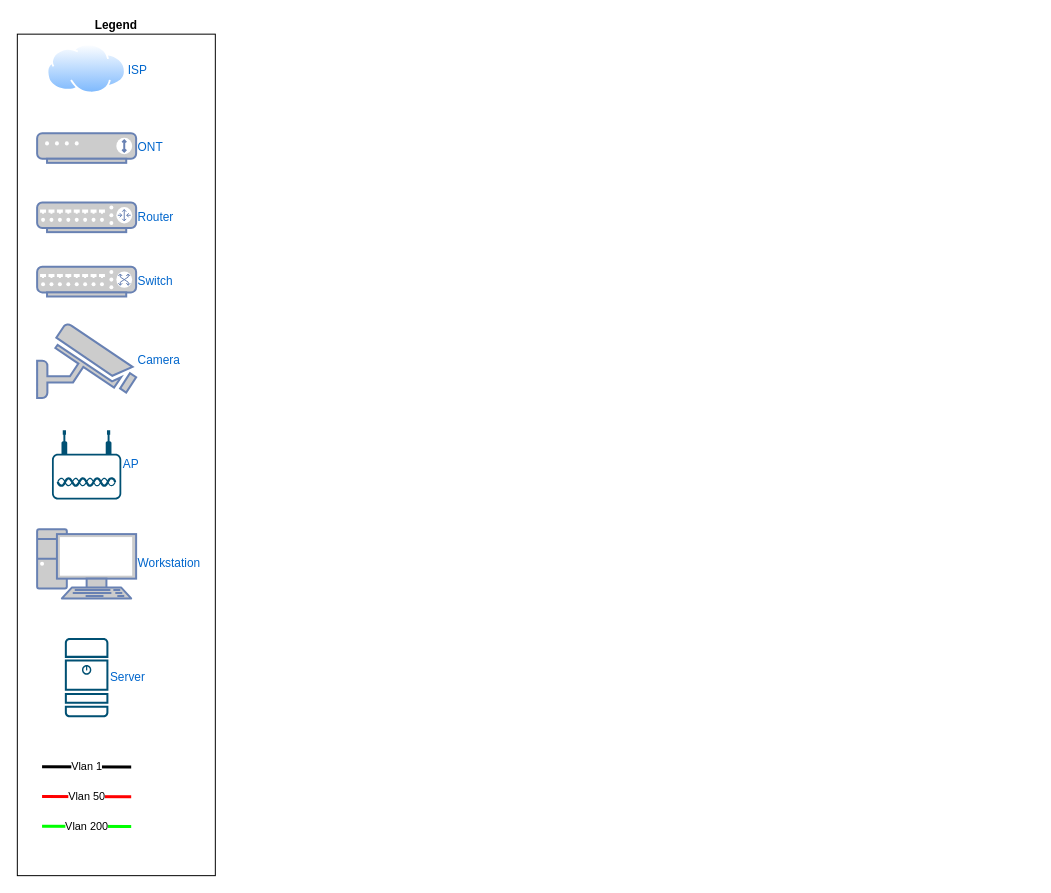
The draw.io diagram Josh - devent map.drawio in WeAreWorking/NetMaps, before the edit. Source tidied: cells renumbered, new cells numbered last; positions are measured from the earlier drawing's top-left corner, leaving out a move shared by most shapes. Both pictures are drawn from the tidied source at 99%, with x=0, y=0 at pixel (17, 34).
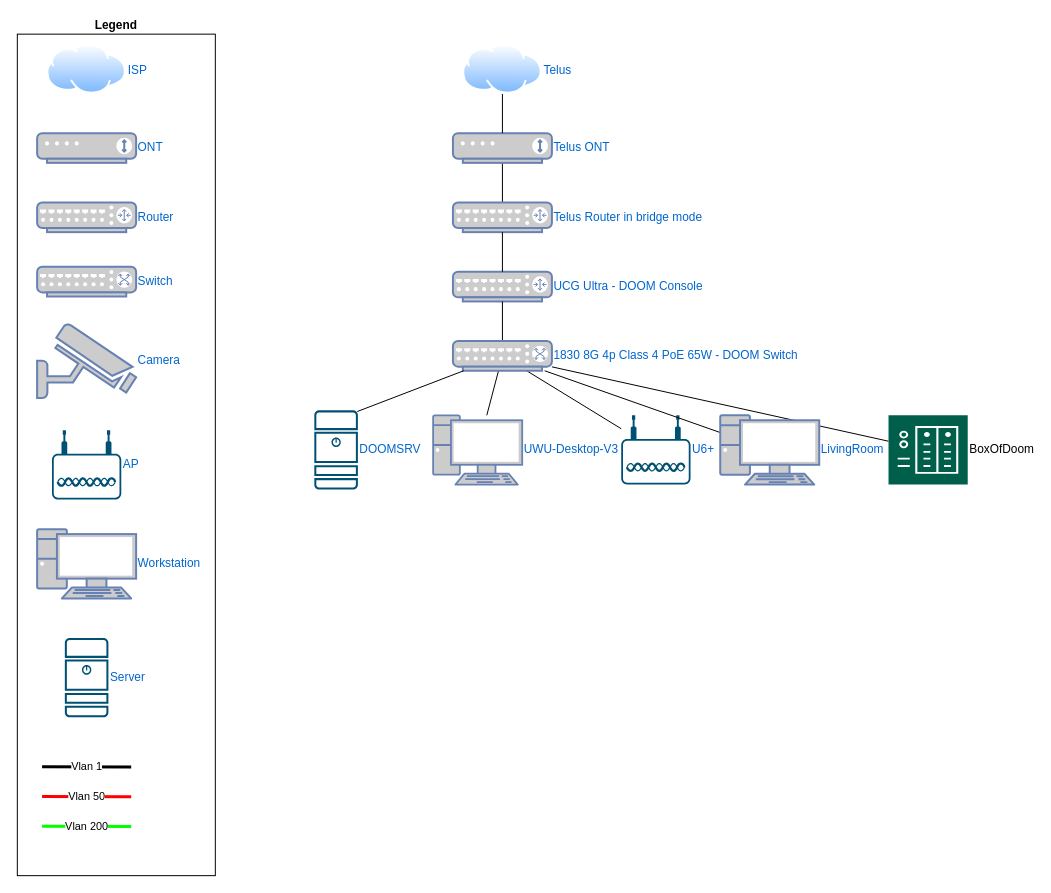
Above is the later version.

Commit message:
Josh home network.drawio

Diff of the diagram source:
```diff
@@
+    <mxCell id="14" value="Telus" style="image;perimeter=ellipsePerimeter;html=1;align=left;shadow=0;dashed=0;spacingTop=3;image=img/lib/active_directory/internet_cloud.svg;labelPosition=right;verticalLabelPosition=middle;verticalAlign=middle;fontColor=#0066CC;" parent="1" vertex="1">
+      <mxGeometry x="450" y="10" width="80" height="50.4" as="geometry" />
+    </mxCell>
+    <mxCell id="15" style="edgeStyle=none;shape=connector;rounded=0;jettySize=auto;html=1;strokeColor=default;align=center;verticalAlign=middle;fontFamily=Helvetica;fontSize=11;fontColor=default;labelBackgroundColor=default;endArrow=none;" parent="1" edge="1" source="16" target="25">
+      <mxGeometry relative="1" as="geometry" />
+    </mxCell>
+    <mxCell id="16" value="Telus&amp;nbsp;&lt;span style=&quot;background-color: initial;&quot;&gt;ONT&lt;/span&gt;" style="fontColor=#0066CC;verticalAlign=middle;verticalLabelPosition=middle;labelPosition=right;align=left;html=1;outlineConnect=0;fillColor=#CCCCCC;strokeColor=#6881B3;gradientColor=none;gradientDirection=north;strokeWidth=2;shape=mxgraph.networks.modem;" parent="1" vertex="1">
+      <mxGeometry x="440" y="100" width="100" height="30" as="geometry" />
+    </mxCell>
+    <mxCell id="17" value="UCG Ultra - DOOM Console" style="fontColor=#0066CC;verticalAlign=middle;verticalLabelPosition=middle;labelPosition=right;align=left;html=1;outlineConnect=0;fillColor=#CCCCCC;strokeColor=#6881B3;gradientColor=none;gradientDirection=north;strokeWidth=2;shape=mxgraph.networks.router;" parent="1" vertex="1">
+      <mxGeometry x="440" y="240" width="100" height="30" as="geometry" />
+    </mxCell>
+    <mxCell id="18" value="U6+" style="points=[[0.03,0.36,0],[0.18,0,0],[0.5,0.34,0],[0.82,0,0],[0.97,0.36,0],[1,0.67,0],[0.975,0.975,0],[0.5,1,0],[0.025,0.975,0],[0,0.67,0]];verticalLabelPosition=middle;sketch=0;html=1;verticalAlign=middle;align=left;shape=mxgraph.cisco19.wireless_access_point;fillColor=#005073;strokeColor=none;labelPosition=right;fontColor=#0066CC;" parent="1" vertex="1">
+      <mxGeometry x="610" y="385" width="70" height="70" as="geometry" />
+    </mxCell>
+    <mxCell id="19" style="edgeStyle=none;shape=connector;rounded=0;jettySize=auto;html=1;strokeColor=default;align=center;verticalAlign=middle;fontFamily=Helvetica;fontSize=11;fontColor=default;labelBackgroundColor=default;endArrow=none;" parent="1" edge="1" source="24" target="17">
+      <mxGeometry relative="1" as="geometry" />
+    </mxCell>
+    <mxCell id="20" style="edgeStyle=none;shape=connector;rounded=0;jettySize=auto;html=1;strokeColor=default;align=center;verticalAlign=middle;fontFamily=Helvetica;fontSize=11;fontColor=default;labelBackgroundColor=default;endArrow=none;" parent="1" edge="1" source="24" target="27">
+      <mxGeometry relative="1" as="geometry" />
+    </mxCell>
+    <mxCell id="21" style="edgeStyle=none;shape=connector;rounded=0;jettySize=auto;html=1;strokeColor=default;align=center;verticalAlign=middle;fontFamily=Helvetica;fontSize=11;fontColor=default;labelBackgroundColor=default;endArrow=none;" parent="1" edge="1" source="24" target="18">
+      <mxGeometry relative="1" as="geometry" />
+    </mxCell>
+    <mxCell id="22" style="edgeStyle=none;shape=connector;rounded=0;jettySize=auto;html=1;strokeColor=default;align=center;verticalAlign=middle;fontFamily=Helvetica;fontSize=11;fontColor=default;labelBackgroundColor=default;endArrow=none;" parent="1" edge="1" source="24" target="28">
+      <mxGeometry relative="1" as="geometry" />
+    </mxCell>
+    <mxCell id="23" style="edgeStyle=none;shape=connector;rounded=0;jettySize=auto;html=1;strokeColor=default;align=center;verticalAlign=middle;fontFamily=Helvetica;fontSize=11;fontColor=default;labelBackgroundColor=default;endArrow=none;" parent="1" edge="1" source="24" target="29">
+      <mxGeometry relative="1" as="geometry" />
+    </mxCell>
+    <mxCell id="24" value="1830 8G 4p Class 4 PoE 65W - DOOM Switch" style="fontColor=#0066CC;verticalAlign=middle;verticalLabelPosition=middle;labelPosition=right;align=left;html=1;outlineConnect=0;fillColor=#CCCCCC;strokeColor=#6881B3;gradientColor=none;gradientDirection=north;strokeWidth=2;shape=mxgraph.networks.switch;" parent="1" vertex="1">
+      <mxGeometry x="440" y="310" width="100" height="30" as="geometry" />
+    </mxCell>
+    <mxCell id="25" value="Telus Router in bridge mode" style="fontColor=#0066CC;verticalAlign=middle;verticalLabelPosition=middle;labelPosition=right;align=left;html=1;outlineConnect=0;fillColor=#CCCCCC;strokeColor=#6881B3;gradientColor=none;gradientDirection=north;strokeWidth=2;shape=mxgraph.networks.router;" parent="1" vertex="1">
+      <mxGeometry x="440" y="170" width="100" height="30" as="geometry" />
+    </mxCell>
+    <mxCell id="26" value="DOOMSRV" style="sketch=0;points=[[0.015,0.015,0],[0.985,0.015,0],[0.985,0.985,0],[0.015,0.985,0],[0.25,0,0],[0.5,0,0],[0.75,0,0],[1,0.25,0],[1,0.5,0],[1,0.75,0],[0.75,1,0],[0.5,1,0],[0.25,1,0],[0,0.75,0],[0,0.5,0],[0,0.25,0]];verticalLabelPosition=middle;html=1;verticalAlign=middle;align=left;shape=mxgraph.cisco19.server;fillColor=#005073;strokeColor=none;labelPosition=right;fontColor=#0066CC;" parent="1" vertex="1">
+      <mxGeometry x="300" y="380" width="44" height="80" as="geometry" />
+    </mxCell>
+    <mxCell id="27" value="UWU-Desktop-V3" style="fontColor=#0066CC;verticalAlign=middle;verticalLabelPosition=middle;labelPosition=right;align=left;html=1;outlineConnect=0;fillColor=#CCCCCC;strokeColor=#6881B3;gradientColor=none;gradientDirection=north;strokeWidth=2;shape=mxgraph.networks.pc;" parent="1" vertex="1">
+      <mxGeometry x="420" y="385" width="90" height="70" as="geometry" />
+    </mxCell>
+    <mxCell id="28" value="LivingRoom" style="fontColor=#0066CC;verticalAlign=middle;verticalLabelPosition=middle;labelPosition=right;align=left;html=1;outlineConnect=0;fillColor=#CCCCCC;strokeColor=#6881B3;gradientColor=none;gradientDirection=north;strokeWidth=2;shape=mxgraph.networks.pc;" parent="1" vertex="1">
+      <mxGeometry x="710" y="385" width="100" height="70" as="geometry" />
+    </mxCell>
+    <mxCell id="29" value="BoxOfDoom" style="sketch=0;shadow=0;dashed=0;html=1;strokeColor=none;fillColor=#005F4B;labelPosition=right;verticalLabelPosition=middle;verticalAlign=middle;align=left;outlineConnect=0;shape=mxgraph.veeam2.nas;" parent="1" vertex="1">
+      <mxGeometry x="880" y="385" width="80" height="70" as="geometry" />
+    </mxCell>
+    <mxCell id="30" style="endArrow=none;html=1;rounded=0;entryX=0.5;entryY=1;entryDx=0;entryDy=0;" parent="1" edge="1" source="16" target="14">
+      <mxGeometry relative="1" as="geometry" />
+    </mxCell>
+    <mxCell id="31" style="edgeStyle=none;shape=connector;rounded=0;jettySize=auto;html=1;entryX=0.5;entryY=0;entryDx=0;entryDy=0;entryPerimeter=0;strokeColor=default;align=center;verticalAlign=middle;fontFamily=Helvetica;fontSize=11;fontColor=default;labelBackgroundColor=default;endArrow=none;" parent="1" edge="1" source="25" target="17">
+      <mxGeometry relative="1" as="geometry" />
+    </mxCell>
+    <mxCell id="32" style="edgeStyle=none;shape=connector;rounded=0;jettySize=auto;html=1;entryX=0.985;entryY=0.015;entryDx=0;entryDy=0;entryPerimeter=0;strokeColor=default;align=center;verticalAlign=middle;fontFamily=Helvetica;fontSize=11;fontColor=default;labelBackgroundColor=default;endArrow=none;" parent="1" edge="1" source="24" target="26">
+      <mxGeometry relative="1" as="geometry" />
+    </mxCell>
```
